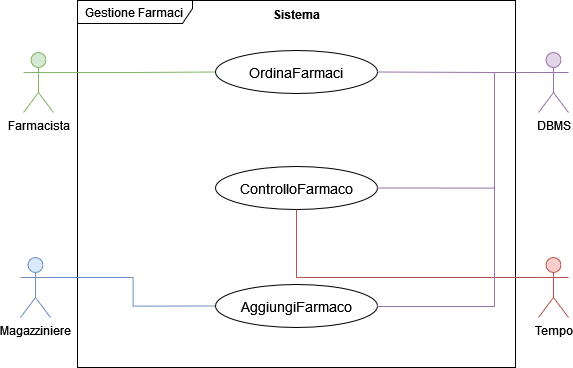
innovazionebot/Pharmalink keeps this draw.io diagram as Documentazione aggiornata/Gestione Farmaci.png. Above is the earlier version. Source tidied: cells renumbered, new cells last; positions are measured from the earlier drawing's top-left corner, leaving out a move shared by most shapes.
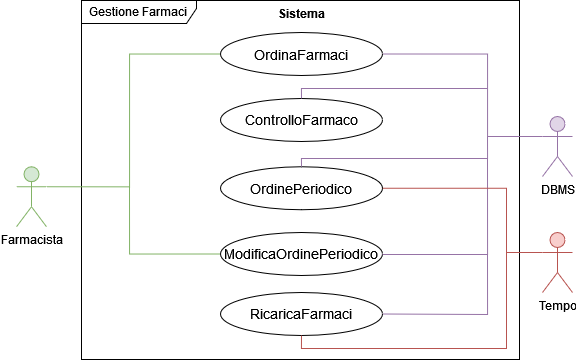
The same file after the commit.

Diff of the diagram source:
```diff
@@ -3,65 +3,111 @@
     <mxCell id="0" />
     <mxCell id="1" parent="0" />
     <mxCell id="2" value="Gestione Farmaci" style="shape=umlFrame;whiteSpace=wrap;html=1;width=115;height=23;" parent="1" vertex="1">
-      <mxGeometry x="57" width="438" height="367" as="geometry" />
+      <mxGeometry x="57" y="-64" width="438" height="359" as="geometry" />
     </mxCell>
     <mxCell id="3" value="Farmacista" style="shape=umlActor;verticalLabelPosition=bottom;verticalAlign=top;html=1;fillColor=#d5e8d4;strokeColor=#82b366;" parent="1" vertex="1">
-      <mxGeometry x="3" y="52" width="30" height="60" as="geometry" />
+      <mxGeometry x="-8" y="102.2" width="30" height="60" as="geometry" />
     </mxCell>
-    <mxCell id="4" value="&lt;div&gt;Magazziniere&lt;/div&gt;" style="shape=umlActor;verticalLabelPosition=bottom;verticalAlign=top;html=1;fillColor=#dae8fc;strokeColor=#6c8ebf;" parent="1" vertex="1">
-      <mxGeometry y="257" width="30" height="60" as="geometry" />
+    <mxCell id="4" value="&lt;div&gt;Tempo&lt;/div&gt;" style="shape=umlActor;verticalLabelPosition=bottom;verticalAlign=top;html=1;outlineConnect=0;fillColor=#f8cecc;strokeColor=#b85450;" parent="1" vertex="1">
+      <mxGeometry x="518" y="168" width="30" height="60" as="geometry" />
     </mxCell>
-    <mxCell id="5" value="&lt;div&gt;Tempo&lt;/div&gt;" style="shape=umlActor;verticalLabelPosition=bottom;verticalAlign=top;html=1;outlineConnect=0;fillColor=#f8cecc;strokeColor=#b85450;" parent="1" vertex="1">
-      <mxGeometry x="518" y="257" width="30" height="60" as="geometry" />
+    <mxCell id="5" value="OrdinaFarmaci" style="ellipse;whiteSpace=wrap;html=1;fontSize=14;strokeColor=default;verticalAlign=middle;align=center;horizontal=1;labelPosition=center;verticalLabelPosition=middle;" parent="1" vertex="1">
+      <mxGeometry x="196" y="-32" width="162" height="43" as="geometry" />
     </mxCell>
-    <mxCell id="6" value="OrdinaFarmaci" style="ellipse;whiteSpace=wrap;html=1;fontSize=14;strokeColor=default;verticalAlign=middle;align=center;horizontal=1;labelPosition=center;verticalLabelPosition=middle;" parent="1" vertex="1">
-      <mxGeometry x="195" y="50" width="162" height="43" as="geometry" />
+    <mxCell id="6" value="ControlloFarmaco" style="ellipse;whiteSpace=wrap;html=1;fontSize=14;strokeColor=default;verticalAlign=middle;align=center;horizontal=1;labelPosition=center;verticalLabelPosition=middle;" parent="1" vertex="1">
+      <mxGeometry x="196" y="34" width="162" height="43" as="geometry" />
     </mxCell>
-    <mxCell id="7" value="ControlloFarmaco" style="ellipse;whiteSpace=wrap;html=1;fontSize=14;strokeColor=default;verticalAlign=middle;align=center;horizontal=1;labelPosition=center;verticalLabelPosition=middle;" parent="1" vertex="1">
-      <mxGeometry x="195" y="166" width="162" height="43" as="geometry" />
+    <mxCell id="7" style="endArrow=none;html=1;rounded=0;strokeWidth=1;exitX=1;exitY=0.3333333333333333;exitDx=0;exitDy=0;exitPerimeter=0;entryX=0;entryY=0.5;entryDx=0;entryDy=0;edgeStyle=orthogonalEdgeStyle;fillColor=#d5e8d4;strokeColor=#82b366;" parent="1" edge="1" source="3" target="5">
+      <mxGeometry relative="1" as="geometry">
+        <Array as="points">
+          <mxPoint x="105" y="122" />
+          <mxPoint x="105" y="-10" />
+        </Array>
+      </mxGeometry>
     </mxCell>
-    <mxCell id="8" value="AggiungiFarmaco" style="ellipse;whiteSpace=wrap;html=1;fontSize=14;strokeColor=default;verticalAlign=middle;align=center;horizontal=1;labelPosition=center;verticalLabelPosition=middle;" parent="1" vertex="1">
-      <mxGeometry x="195" y="284" width="162" height="43" as="geometry" />
+    <mxCell id="8" style="endArrow=none;html=1;rounded=0;strokeWidth=1;fillColor=#e1d5e7;strokeColor=#9673a6;entryX=1;entryY=0.5;entryDx=0;entryDy=0;edgeStyle=orthogonalEdgeStyle;exitX=0;exitY=0.3333333333333333;exitDx=0;exitDy=0;exitPerimeter=0;" parent="1" edge="1" source="10" target="5">
+      <mxGeometry relative="1" as="geometry">
+        <Array as="points">
+          <mxPoint x="463" y="72" />
+          <mxPoint x="463" y="-10" />
+        </Array>
+      </mxGeometry>
     </mxCell>
-    <mxCell id="9" style="endArrow=none;html=1;rounded=0;strokeWidth=1;exitX=1;exitY=0.3333333333333333;exitDx=0;exitDy=0;exitPerimeter=0;entryX=0;entryY=0.5;entryDx=0;entryDy=0;edgeStyle=orthogonalEdgeStyle;fillColor=#d5e8d4;strokeColor=#82b366;" parent="1" edge="1" source="3" target="6">
-      <mxGeometry relative="1" as="geometry" />
+    <mxCell id="9" value="Sistema" style="text;align=center;fontStyle=1;verticalAlign=middle;spacingLeft=3;spacingRight=3;strokeColor=none;" parent="1" vertex="1">
+      <mxGeometry x="237" y="-64" width="80" height="26" as="geometry" />
     </mxCell>
-    <mxCell id="10" style="endArrow=none;html=1;rounded=0;strokeWidth=1;entryX=0;entryY=0.5;entryDx=0;entryDy=0;exitX=1;exitY=0.3333333333333333;exitDx=0;exitDy=0;exitPerimeter=0;fillColor=#dae8fc;strokeColor=#6c8ebf;edgeStyle=orthogonalEdgeStyle;" parent="1" edge="1" source="4" target="8">
-      <mxGeometry relative="1" as="geometry" />
+    <mxCell id="10" value="DBMS" style="shape=umlActor;verticalLabelPosition=bottom;verticalAlign=top;html=1;outlineConnect=0;fillColor=#e1d5e7;strokeColor=#9673a6;" parent="1" vertex="1">
+      <mxGeometry x="518" y="52" width="30" height="60" as="geometry" />
     </mxCell>
-    <mxCell id="11" style="endArrow=none;html=1;rounded=0;strokeWidth=1;entryX=0.5;entryY=1;entryDx=0;entryDy=0;edgeStyle=orthogonalEdgeStyle;fillColor=#f8cecc;strokeColor=#b85450;exitX=0;exitY=0.3333333333333333;exitDx=0;exitDy=0;exitPerimeter=0;" parent="1" edge="1" source="5" target="7">
-      <mxGeometry relative="1" as="geometry" />
+    <mxCell id="11" value="&lt;div&gt;OrdinePeriodico&lt;/div&gt;" style="ellipse;whiteSpace=wrap;html=1;fontSize=14;strokeColor=default;verticalAlign=middle;align=center;horizontal=1;labelPosition=center;verticalLabelPosition=middle;" parent="1" vertex="1">
+      <mxGeometry x="196" y="102.2" width="162" height="43" as="geometry" />
     </mxCell>
-    <mxCell id="12" style="endArrow=none;html=1;rounded=0;strokeWidth=1;fillColor=#e1d5e7;strokeColor=#9673a6;entryX=1;entryY=0.5;entryDx=0;entryDy=0;edgeStyle=orthogonalEdgeStyle;" parent="1" edge="1" target="8">
-      <mxGeometry relative="1" as="geometry">
-        <mxPoint x="474" y="110" as="sourcePoint" />
-        <Array as="points">
-          <mxPoint x="474" y="306" />
-          <mxPoint x="357" y="306" />
-        </Array>
-      </mxGeometry>
+    <mxCell id="12" value="&lt;div&gt;ModificaOrdinePeriodico&lt;/div&gt;" style="ellipse;whiteSpace=wrap;html=1;fontSize=14;strokeColor=default;verticalAlign=middle;align=center;horizontal=1;labelPosition=center;verticalLabelPosition=middle;" parent="1" vertex="1">
+      <mxGeometry x="196" y="168" width="162" height="43" as="geometry" />
     </mxCell>
-    <mxCell id="13" style="endArrow=none;html=1;rounded=0;strokeWidth=1;fillColor=#e1d5e7;strokeColor=#9673a6;entryX=1;entryY=0.5;entryDx=0;entryDy=0;edgeStyle=orthogonalEdgeStyle;exitX=0;exitY=0.3333333333333333;exitDx=0;exitDy=0;exitPerimeter=0;" parent="1" edge="1" source="15" target="6">
+    <mxCell id="13" style="endArrow=none;html=1;rounded=0;strokeWidth=1;entryX=0;entryY=0.5;entryDx=0;entryDy=0;edgeStyle=orthogonalEdgeStyle;fillColor=#d5e8d4;strokeColor=#82b366;" parent="1" edge="1" target="12">
       <mxGeometry relative="1" as="geometry">
+        <mxPoint x="105" y="122" as="sourcePoint" />
         <Array as="points">
-          <mxPoint x="474" y="72" />
+          <mxPoint x="105" y="190" />
         </Array>
       </mxGeometry>
     </mxCell>
-    <mxCell id="14" value="Sistema" style="text;align=center;fontStyle=1;verticalAlign=middle;spacingLeft=3;spacingRight=3;strokeColor=none;" parent="1" vertex="1">
-      <mxGeometry x="236" y="1" width="80" height="26" as="geometry" />
+    <mxCell id="14" style="endArrow=none;html=1;rounded=0;strokeWidth=1;fillColor=#e1d5e7;strokeColor=#9673a6;entryX=0.5;entryY=0;entryDx=0;entryDy=0;edgeStyle=orthogonalEdgeStyle;" parent="1" edge="1" target="6">
+      <mxGeometry relative="1" as="geometry">
+        <mxPoint x="463" y="24" as="sourcePoint" />
+        <Array as="points">
+          <mxPoint x="462" y="24" />
+          <mxPoint x="277" y="24" />
+        </Array>
+      </mxGeometry>
     </mxCell>
-    <mxCell id="15" value="DBMS" style="shape=umlActor;verticalLabelPosition=bottom;verticalAlign=top;html=1;outlineConnect=0;fillColor=#e1d5e7;strokeColor=#9673a6;" parent="1" vertex="1">
-      <mxGeometry x="518" y="52" width="30" height="60" as="geometry" />
+    <mxCell id="15" style="endArrow=none;html=1;rounded=0;strokeWidth=1;fillColor=#e1d5e7;strokeColor=#9673a6;entryX=0.5;entryY=0;entryDx=0;entryDy=0;edgeStyle=orthogonalEdgeStyle;" parent="1" edge="1" target="11">
+      <mxGeometry relative="1" as="geometry">
+        <mxPoint x="463" y="72" as="sourcePoint" />
+        <Array as="points">
+          <mxPoint x="463" y="94" />
+          <mxPoint x="277" y="94" />
+        </Array>
+      </mxGeometry>
     </mxCell>
-    <mxCell id="16" style="endArrow=none;html=1;rounded=0;strokeWidth=1;exitX=1;exitY=0.5;exitDx=0;exitDy=0;edgeStyle=orthogonalEdgeStyle;fillColor=#e1d5e7;strokeColor=#9673a6;" parent="1" edge="1" source="7">
+    <mxCell id="16" style="endArrow=none;html=1;rounded=0;strokeWidth=1;fillColor=#e1d5e7;strokeColor=#9673a6;entryX=1;entryY=0.5;entryDx=0;entryDy=0;edgeStyle=orthogonalEdgeStyle;" parent="1" edge="1" target="12">
       <mxGeometry relative="1" as="geometry">
-        <mxPoint x="474" y="188" as="targetPoint" />
+        <mxPoint x="463" y="94" as="sourcePoint" />
         <Array as="points">
-          <mxPoint x="474" y="188" />
-          <mxPoint x="474" y="72" />
+          <mxPoint x="463" y="190" />
+          <mxPoint x="358" y="190" />
         </Array>
       </mxGeometry>
     </mxCell>
+    <mxCell id="17" style="endArrow=none;html=1;rounded=0;strokeWidth=1;fillColor=#f8cecc;strokeColor=#b85450;edgeStyle=orthogonalEdgeStyle;exitX=0;exitY=0.3333333333333333;exitDx=0;exitDy=0;exitPerimeter=0;entryX=1;entryY=0.5;entryDx=0;entryDy=0;" parent="1" edge="1" source="4" target="11">
+      <mxGeometry relative="1" as="geometry">
+        <Array as="points">
+          <mxPoint x="482" y="188" />
+          <mxPoint x="482" y="124" />
+        </Array>
+      </mxGeometry>
+    </mxCell>
+    <mxCell id="18" value="RicaricaFarmaci" style="ellipse;whiteSpace=wrap;html=1;fontSize=14;strokeColor=default;verticalAlign=middle;align=center;horizontal=1;labelPosition=center;verticalLabelPosition=middle;" parent="1" vertex="1">
+      <mxGeometry x="196" y="228" width="162" height="43" as="geometry" />
+    </mxCell>
+    <mxCell id="19" style="endArrow=none;html=1;rounded=0;strokeWidth=1;fillColor=#f8cecc;strokeColor=#b85450;edgeStyle=orthogonalEdgeStyle;entryX=0.5;entryY=1;entryDx=0;entryDy=0;" parent="1" edge="1" target="18">
+      <mxGeometry relative="1" as="geometry">
+        <mxPoint x="482" y="188" as="sourcePoint" />
+        <Array as="points">
+          <mxPoint x="482" y="284" />
+          <mxPoint x="277" y="284" />
+        </Array>
+      </mxGeometry>
+    </mxCell>
+    <mxCell id="20" style="endArrow=none;html=1;rounded=0;strokeWidth=1;fillColor=#e1d5e7;strokeColor=#9673a6;entryX=1;entryY=0.5;entryDx=0;entryDy=0;edgeStyle=orthogonalEdgeStyle;" parent="1" edge="1" target="18">
+      <mxGeometry relative="1" as="geometry">
+        <mxPoint x="463" y="190" as="sourcePoint" />
+        <Array as="points">
+          <mxPoint x="464" y="250" />
+          <mxPoint x="359" y="250" />
+        </Array>
+      </mxGeometry>
+    </mxCell>
   </root>
 </mxGraphModel>
```
